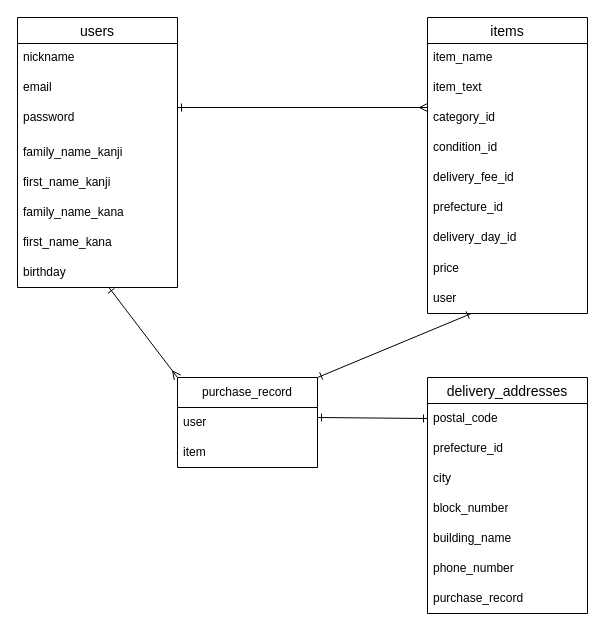
Earlier version of the draw.io diagram furima-41904.dio (sugimoto519/furima-41904). Source tidied: cells renumbered, new cells numbered last; positions are measured from the earlier drawing's top-left corner, leaving out a move shared by most shapes. Both pictures are drawn from the tidied source at 100%, with x=0, y=0 at pixel (17, 17).
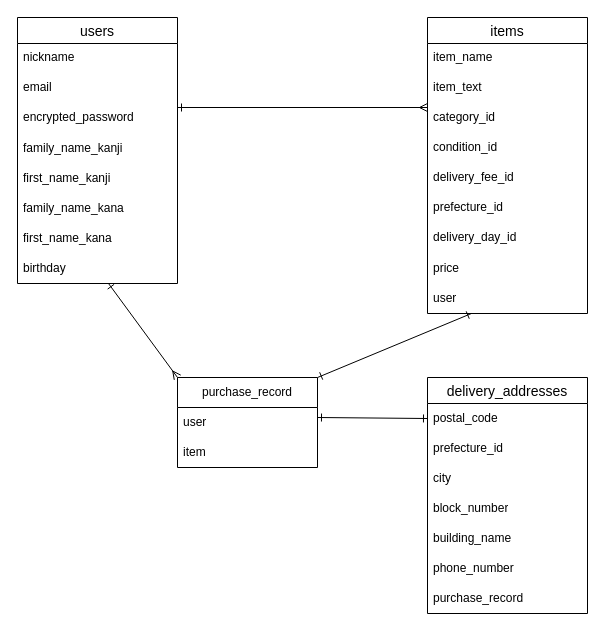
The same diagram, later.

Commit message (it also covers changes not shown here):
データベース設計の修正③

The edit, as a diff of the source:
```diff
@@
     <mxCell id="2" value="users" style="swimlane;fontStyle=0;horizontal=1;startSize=26;align=center;fontSize=14;" parent="1" vertex="1">
-      <mxGeometry width="160" height="270" as="geometry" />
+      <mxGeometry width="160" height="266" as="geometry" />
     </mxCell>
@@
-    <mxCell id="5" value="password" style="text;strokeColor=none;fillColor=none;spacingLeft=4;spacingRight=4;overflow=hidden;fontSize=12;whiteSpace=wrap;html=1;" parent="2" vertex="1">
-      <mxGeometry y="86" width="160" height="34" as="geometry" />
-    </mxCell>
+    <mxCell id="36" value="encrypted_password" style="text;strokeColor=none;fillColor=none;spacingLeft=4;spacingRight=4;overflow=hidden;fontSize=12;whiteSpace=wrap;html=1;" parent="2" vertex="1">
+      <mxGeometry y="86" width="160" height="30" as="geometry" />
+    </mxCell>
     <mxCell id="6" value="family_name_kanji" style="text;strokeColor=none;fillColor=none;align=left;verticalAlign=middle;spacingLeft=4;spacingRight=4;overflow=hidden;whiteSpace=wrap;html=1;" parent="2" vertex="1">
-      <mxGeometry y="120" width="160" height="30" as="geometry" />
+      <mxGeometry y="116" width="160" height="30" as="geometry" />
     </mxCell>
     <mxCell id="7" value="first_name_kanji" style="text;strokeColor=none;fillColor=none;align=left;verticalAlign=middle;spacingLeft=4;spacingRight=4;overflow=hidden;whiteSpace=wrap;html=1;" parent="2" vertex="1">
-      <mxGeometry y="150" width="160" height="30" as="geometry" />
+      <mxGeometry y="146" width="160" height="30" as="geometry" />
     </mxCell>
     <mxCell id="8" value="family_name_kana" style="text;strokeColor=none;fillColor=none;align=left;verticalAlign=middle;spacingLeft=4;spacingRight=4;overflow=hidden;whiteSpace=wrap;html=1;" parent="2" vertex="1">
-      <mxGeometry y="180" width="160" height="30" as="geometry" />
+      <mxGeometry y="176" width="160" height="30" as="geometry" />
     </mxCell>
     <mxCell id="9" value="first_name_kana" style="text;strokeColor=none;fillColor=none;align=left;verticalAlign=middle;spacingLeft=4;spacingRight=4;overflow=hidden;whiteSpace=wrap;html=1;" parent="2" vertex="1">
-      <mxGeometry y="210" width="160" height="30" as="geometry" />
+      <mxGeometry y="206" width="160" height="30" as="geometry" />
     </mxCell>
     <mxCell id="10" value="birthday" style="text;strokeColor=none;fillColor=none;align=left;verticalAlign=middle;spacingLeft=4;spacingRight=4;overflow=hidden;points=[[0,0.5],[1,0.5]];portConstraint=eastwest;whiteSpace=wrap;html=1;" parent="2" vertex="1">
-      <mxGeometry y="240" width="160" height="30" as="geometry" />
+      <mxGeometry y="236" width="160" height="30" as="geometry" />
     </mxCell>
```
